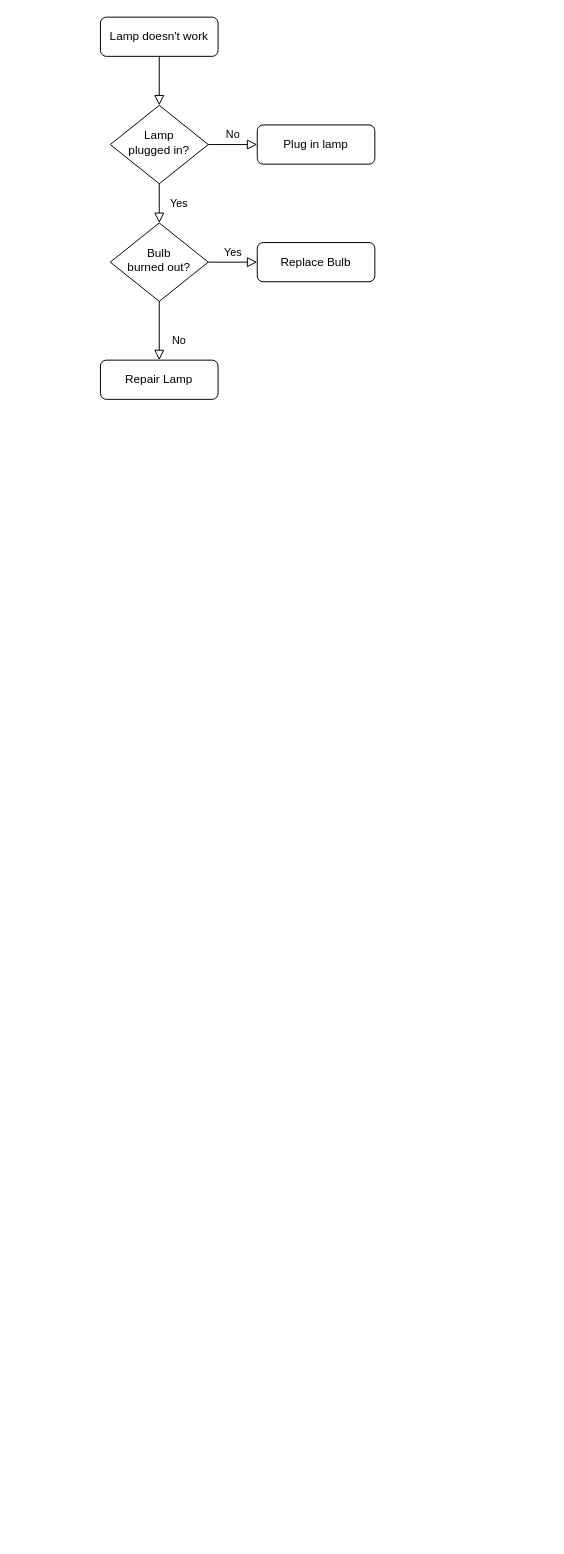
Earlier version of the draw.io diagram flow_mmu.drawio (happy-lx/drawio). Source tidied: cells renumbered, new cells numbered last; positions are measured from the earlier drawing's top-left corner, leaving out a move shared by most shapes. Both pictures are drawn from the tidied source at 98%, with x=0, y=0 at pixel (100, 17).
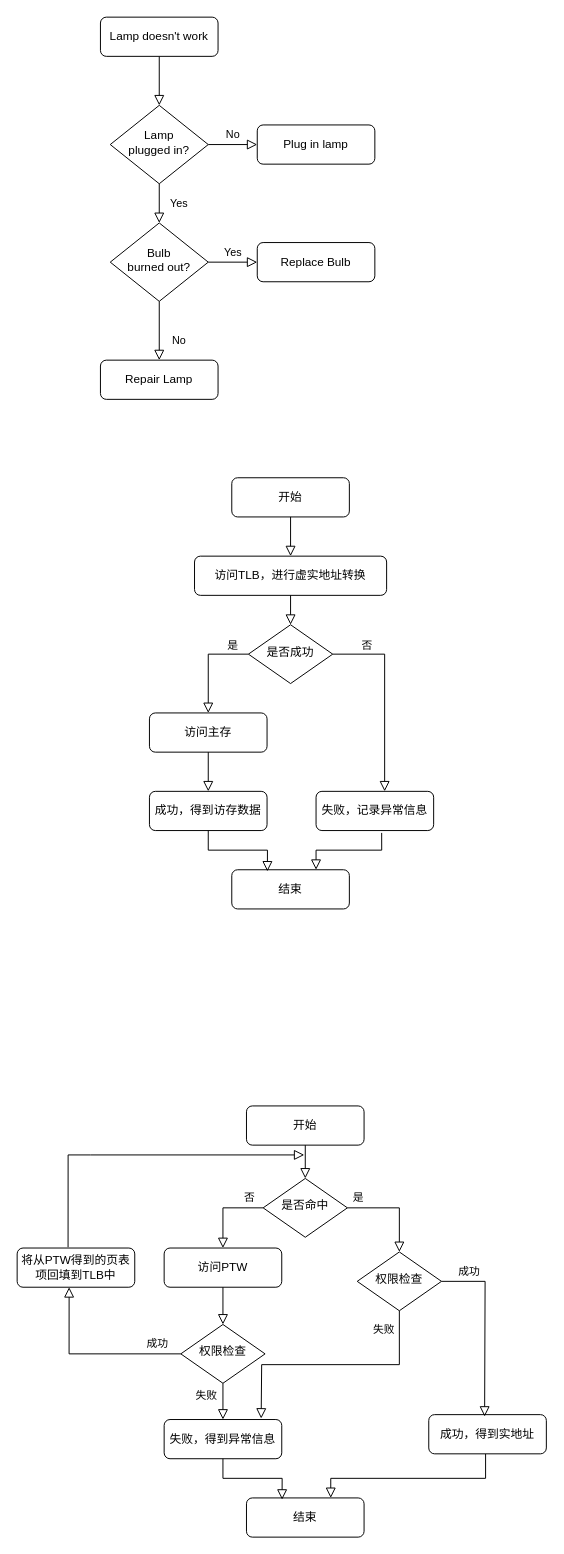
The same diagram, later.

Diff of the diagram source:
```diff
@@
+    <mxCell id="13" value="开始" style="rounded=1;whiteSpace=wrap;html=1;fontSize=12;glass=0;strokeWidth=1;shadow=0;" parent="1" vertex="1">
+      <mxGeometry x="134" y="470" width="120" height="40" as="geometry" />
+    </mxCell>
+    <mxCell id="14" style="rounded=0;html=1;jettySize=auto;fontSize=11;endArrow=block;endFill=0;endSize=8;strokeWidth=1;shadow=0;labelBackgroundColor=none;edgeStyle=orthogonalEdgeStyle;exitX=0.5;exitY=1;exitDx=0;exitDy=0;entryX=0.5;entryY=0;entryDx=0;entryDy=0;" parent="1" edge="1" source="13" target="15">
+      <mxGeometry relative="1" as="geometry" />
+    </mxCell>
+    <mxCell id="15" value="访问TLB，进行虚实地址转换" style="rounded=1;whiteSpace=wrap;html=1;fontSize=12;glass=0;strokeWidth=1;shadow=0;" parent="1" vertex="1">
+      <mxGeometry x="96" y="550" width="196" height="40" as="geometry" />
+    </mxCell>
+    <mxCell id="16" style="rounded=0;html=1;jettySize=auto;fontSize=11;endArrow=block;endFill=0;endSize=8;strokeWidth=1;shadow=0;labelBackgroundColor=none;edgeStyle=orthogonalEdgeStyle;exitX=0.5;exitY=1;exitDx=0;exitDy=0;entryX=0.5;entryY=0;entryDx=0;entryDy=0;" parent="1" edge="1" source="15" target="17">
+      <mxGeometry relative="1" as="geometry" />
+    </mxCell>
+    <mxCell id="17" value="是否成功" style="rhombus;whiteSpace=wrap;html=1;shadow=0;fontFamily=Helvetica;fontSize=12;align=center;strokeWidth=1;spacing=6;spacingTop=-4;" parent="1" vertex="1">
+      <mxGeometry x="151" y="620" width="86" height="60" as="geometry" />
+    </mxCell>
+    <mxCell id="18" style="rounded=0;html=1;jettySize=auto;fontSize=11;endArrow=block;endFill=0;endSize=8;strokeWidth=1;shadow=0;labelBackgroundColor=none;edgeStyle=orthogonalEdgeStyle;exitX=0;exitY=0.5;exitDx=0;exitDy=0;" parent="1" edge="1" source="17">
+      <mxGeometry relative="1" as="geometry">
+        <mxPoint x="110" y="710" as="targetPoint" />
+        <Array as="points">
+          <mxPoint x="110" y="650" />
+        </Array>
+      </mxGeometry>
+    </mxCell>
+    <mxCell id="19" value="是" style="edgeLabel;html=1;align=center;verticalAlign=middle;" parent="18" vertex="1">
+      <mxGeometry x="-0.36" relative="1" as="geometry">
+        <mxPoint x="15" y="-10" as="offset" />
+      </mxGeometry>
+    </mxCell>
+    <mxCell id="20" style="rounded=0;html=1;jettySize=auto;fontSize=11;endArrow=block;endFill=0;endSize=8;strokeWidth=1;shadow=0;labelBackgroundColor=none;edgeStyle=orthogonalEdgeStyle;exitX=1;exitY=0.5;exitDx=0;exitDy=0;" parent="1" edge="1" source="17" target="25">
+      <mxGeometry relative="1" as="geometry">
+        <Array as="points">
+          <mxPoint x="290" y="650" />
+        </Array>
+      </mxGeometry>
+    </mxCell>
+    <mxCell id="21" value="否" style="edgeLabel;html=1;align=center;verticalAlign=middle;" parent="20" vertex="1">
+      <mxGeometry x="-0.73" y="2" relative="1" as="geometry">
+        <mxPoint x="8" y="-8" as="offset" />
+      </mxGeometry>
+    </mxCell>
+    <mxCell id="22" value="访问主存" style="rounded=1;whiteSpace=wrap;html=1;fontSize=12;glass=0;strokeWidth=1;shadow=0;" parent="1" vertex="1">
+      <mxGeometry x="50" y="710" width="120" height="40" as="geometry" />
+    </mxCell>
+    <mxCell id="23" value="成功，得到访存数据" style="rounded=1;whiteSpace=wrap;html=1;fontSize=12;glass=0;strokeWidth=1;shadow=0;" parent="1" vertex="1">
+      <mxGeometry x="50" y="790" width="120" height="40" as="geometry" />
+    </mxCell>
+    <mxCell id="24" style="rounded=0;html=1;jettySize=auto;fontSize=11;endArrow=block;endFill=0;endSize=8;strokeWidth=1;shadow=0;labelBackgroundColor=none;edgeStyle=orthogonalEdgeStyle;exitX=0.5;exitY=1;exitDx=0;exitDy=0;entryX=0.5;entryY=0;entryDx=0;entryDy=0;" parent="1" edge="1" source="22" target="23">
+      <mxGeometry relative="1" as="geometry" />
+    </mxCell>
+    <mxCell id="25" value="失败，记录异常信息" style="rounded=1;whiteSpace=wrap;html=1;fontSize=12;glass=0;strokeWidth=1;shadow=0;" parent="1" vertex="1">
+      <mxGeometry x="220" y="790" width="120" height="40" as="geometry" />
+    </mxCell>
+    <mxCell id="26" value="结束" style="rounded=1;whiteSpace=wrap;html=1;fontSize=12;glass=0;strokeWidth=1;shadow=0;" parent="1" vertex="1">
+      <mxGeometry x="134" y="870" width="120" height="40" as="geometry" />
+    </mxCell>
+    <mxCell id="27" style="rounded=0;html=1;jettySize=auto;fontSize=11;endArrow=block;endFill=0;endSize=8;strokeWidth=1;shadow=0;labelBackgroundColor=none;edgeStyle=orthogonalEdgeStyle;exitX=0.5;exitY=1;exitDx=0;exitDy=0;entryX=0.303;entryY=0.043;entryDx=0;entryDy=0;entryPerimeter=0;" parent="1" edge="1" source="23" target="26">
+      <mxGeometry relative="1" as="geometry" />
+    </mxCell>
+    <mxCell id="28" style="rounded=0;html=1;jettySize=auto;fontSize=11;endArrow=block;endFill=0;endSize=8;strokeWidth=1;shadow=0;labelBackgroundColor=none;edgeStyle=orthogonalEdgeStyle;exitX=0.558;exitY=1.06;exitDx=0;exitDy=0;exitPerimeter=0;" parent="1" edge="1" source="25">
+      <mxGeometry relative="1" as="geometry">
+        <mxPoint x="220" y="870" as="targetPoint" />
+        <Array as="points">
+          <mxPoint x="287" y="850" />
+          <mxPoint x="220" y="850" />
+          <mxPoint x="220" y="870" />
+        </Array>
+      </mxGeometry>
+    </mxCell>
+    <mxCell id="29" value="开始" style="rounded=1;whiteSpace=wrap;html=1;fontSize=12;glass=0;strokeWidth=1;shadow=0;" parent="1" vertex="1">
+      <mxGeometry x="149" y="1111" width="120" height="40" as="geometry" />
+    </mxCell>
+    <mxCell id="30" style="rounded=0;html=1;jettySize=auto;fontSize=11;endArrow=block;endFill=0;endSize=8;strokeWidth=1;shadow=0;labelBackgroundColor=none;edgeStyle=orthogonalEdgeStyle;exitX=0.5;exitY=1;exitDx=0;exitDy=0;entryX=0.5;entryY=0;entryDx=0;entryDy=0;" parent="1" edge="1" source="29" target="31">
+      <mxGeometry relative="1" as="geometry" />
+    </mxCell>
+    <mxCell id="31" value="是否命中" style="rhombus;whiteSpace=wrap;html=1;shadow=0;fontFamily=Helvetica;fontSize=12;align=center;strokeWidth=1;spacing=6;spacingTop=-4;" parent="1" vertex="1">
+      <mxGeometry x="166" y="1185" width="86" height="60" as="geometry" />
+    </mxCell>
+    <mxCell id="32" style="rounded=0;html=1;jettySize=auto;fontSize=11;endArrow=block;endFill=0;endSize=8;strokeWidth=1;shadow=0;labelBackgroundColor=none;edgeStyle=orthogonalEdgeStyle;exitX=0;exitY=0.5;exitDx=0;exitDy=0;entryX=0.5;entryY=0;entryDx=0;entryDy=0;" parent="1" edge="1" source="31" target="36">
+      <mxGeometry relative="1" as="geometry">
+        <Array as="points">
+          <mxPoint x="125" y="1215" />
+        </Array>
+      </mxGeometry>
+    </mxCell>
+    <mxCell id="33" value="否" style="edgeLabel;html=1;align=center;verticalAlign=middle;" parent="32" vertex="1">
+      <mxGeometry x="-0.36" relative="1" as="geometry">
+        <mxPoint x="11" y="-12" as="offset" />
+      </mxGeometry>
+    </mxCell>
+    <mxCell id="34" style="rounded=0;html=1;jettySize=auto;fontSize=11;endArrow=block;endFill=0;endSize=8;strokeWidth=1;shadow=0;labelBackgroundColor=none;edgeStyle=orthogonalEdgeStyle;exitX=1;exitY=0.5;exitDx=0;exitDy=0;entryX=0.5;entryY=0;entryDx=0;entryDy=0;" parent="1" edge="1" source="31" target="42">
+      <mxGeometry relative="1" as="geometry">
+        <Array as="points">
+          <mxPoint x="305" y="1215" />
+        </Array>
+      </mxGeometry>
+    </mxCell>
+    <mxCell id="35" value="是" style="edgeLabel;html=1;align=center;verticalAlign=middle;" parent="34" vertex="1">
+      <mxGeometry x="-0.73" y="2" relative="1" as="geometry">
+        <mxPoint x="-3" y="-9" as="offset" />
+      </mxGeometry>
+    </mxCell>
+    <mxCell id="36" value="访问PTW" style="rounded=1;whiteSpace=wrap;html=1;fontSize=12;glass=0;strokeWidth=1;shadow=0;" parent="1" vertex="1">
+      <mxGeometry x="65" y="1256" width="120" height="40" as="geometry" />
+    </mxCell>
+    <mxCell id="37" value="失败，得到异常信息" style="rounded=1;whiteSpace=wrap;html=1;fontSize=12;glass=0;strokeWidth=1;shadow=0;" parent="1" vertex="1">
+      <mxGeometry x="65" y="1431" width="120" height="40" as="geometry" />
+    </mxCell>
+    <mxCell id="38" style="rounded=0;html=1;jettySize=auto;fontSize=11;endArrow=block;endFill=0;endSize=8;strokeWidth=1;shadow=0;labelBackgroundColor=none;edgeStyle=orthogonalEdgeStyle;exitX=0.5;exitY=1;exitDx=0;exitDy=0;" parent="1" edge="1" source="36">
+      <mxGeometry relative="1" as="geometry">
+        <mxPoint x="125" y="1334" as="targetPoint" />
+      </mxGeometry>
+    </mxCell>
+    <mxCell id="39" value="结束" style="rounded=1;whiteSpace=wrap;html=1;fontSize=12;glass=0;strokeWidth=1;shadow=0;" parent="1" vertex="1">
+      <mxGeometry x="149" y="1511" width="120" height="40" as="geometry" />
+    </mxCell>
+    <mxCell id="40" style="rounded=0;html=1;jettySize=auto;fontSize=11;endArrow=block;endFill=0;endSize=8;strokeWidth=1;shadow=0;labelBackgroundColor=none;edgeStyle=orthogonalEdgeStyle;exitX=0.5;exitY=1;exitDx=0;exitDy=0;entryX=0.303;entryY=0.043;entryDx=0;entryDy=0;entryPerimeter=0;" parent="1" edge="1" source="37" target="39">
+      <mxGeometry relative="1" as="geometry" />
+    </mxCell>
+    <mxCell id="41" style="rounded=0;html=1;jettySize=auto;fontSize=11;endArrow=block;endFill=0;endSize=8;strokeWidth=1;shadow=0;labelBackgroundColor=none;edgeStyle=orthogonalEdgeStyle;" parent="1" edge="1" source="50">
+      <mxGeometry relative="1" as="geometry">
+        <mxPoint x="235" y="1511" as="targetPoint" />
+        <Array as="points">
+          <mxPoint x="393" y="1491" />
+          <mxPoint x="235" y="1491" />
+        </Array>
+      </mxGeometry>
+    </mxCell>
+    <mxCell id="42" value="权限检查" style="rhombus;whiteSpace=wrap;html=1;shadow=0;fontFamily=Helvetica;fontSize=12;align=center;strokeWidth=1;spacing=6;spacingTop=-4;" parent="1" vertex="1">
+      <mxGeometry x="262" y="1260" width="86" height="60" as="geometry" />
+    </mxCell>
+    <mxCell id="43" value="权限检查" style="rhombus;whiteSpace=wrap;html=1;shadow=0;fontFamily=Helvetica;fontSize=12;align=center;strokeWidth=1;spacing=6;spacingTop=-4;" parent="1" vertex="1">
+      <mxGeometry x="82" y="1334" width="86" height="60" as="geometry" />
+    </mxCell>
+    <mxCell id="44" style="rounded=0;html=1;jettySize=auto;fontSize=11;endArrow=block;endFill=0;endSize=8;strokeWidth=1;shadow=0;labelBackgroundColor=none;edgeStyle=orthogonalEdgeStyle;exitX=0.5;exitY=1;exitDx=0;exitDy=0;entryX=0.5;entryY=0;entryDx=0;entryDy=0;" parent="1" edge="1" source="43" target="37">
+      <mxGeometry relative="1" as="geometry" />
+    </mxCell>
+    <mxCell id="45" value="失败" style="edgeLabel;html=1;align=center;verticalAlign=middle;" parent="1" vertex="1">
+      <mxGeometry x="139" y="1211" as="geometry">
+        <mxPoint x="-32" y="195" as="offset" />
+      </mxGeometry>
+    </mxCell>
+    <mxCell id="46" style="rounded=0;html=1;jettySize=auto;fontSize=11;endArrow=block;endFill=0;endSize=8;strokeWidth=1;shadow=0;labelBackgroundColor=none;edgeStyle=orthogonalEdgeStyle;exitX=0;exitY=0.5;exitDx=0;exitDy=0;entryX=0.442;entryY=1;entryDx=0;entryDy=0;entryPerimeter=0;" parent="1" edge="1" source="43" target="53">
+      <mxGeometry relative="1" as="geometry">
+        <Array as="points">
+          <mxPoint x="-32" y="1364" />
+        </Array>
+      </mxGeometry>
+    </mxCell>
+    <mxCell id="47" value="成功" style="edgeLabel;html=1;align=center;verticalAlign=middle;" parent="46" vertex="1">
+      <mxGeometry x="-0.17" relative="1" as="geometry">
+        <mxPoint x="51" y="-12" as="offset" />
+      </mxGeometry>
+    </mxCell>
+    <mxCell id="48" style="rounded=0;html=1;jettySize=auto;fontSize=11;endArrow=block;endFill=0;endSize=8;strokeWidth=1;shadow=0;labelBackgroundColor=none;edgeStyle=orthogonalEdgeStyle;exitX=0.5;exitY=1;exitDx=0;exitDy=0;" parent="1" edge="1" source="42">
+      <mxGeometry relative="1" as="geometry">
+        <mxPoint x="164" y="1430" as="targetPoint" />
+      </mxGeometry>
+    </mxCell>
+    <mxCell id="49" value="失败" style="edgeLabel;html=1;align=center;verticalAlign=middle;" parent="48" vertex="1">
+      <mxGeometry x="-0.84" y="1" relative="1" as="geometry">
+        <mxPoint x="-18" y="-2" as="offset" />
+      </mxGeometry>
+    </mxCell>
+    <mxCell id="50" value="成功，得到实地址" style="rounded=1;whiteSpace=wrap;html=1;fontSize=12;glass=0;strokeWidth=1;shadow=0;" parent="1" vertex="1">
+      <mxGeometry x="335" y="1426" width="120" height="40" as="geometry" />
+    </mxCell>
+    <mxCell id="51" style="rounded=0;html=1;jettySize=auto;fontSize=11;endArrow=block;endFill=0;endSize=8;strokeWidth=1;shadow=0;labelBackgroundColor=none;edgeStyle=orthogonalEdgeStyle;exitX=1;exitY=0.5;exitDx=0;exitDy=0;" parent="1" edge="1" source="42">
+      <mxGeometry relative="1" as="geometry">
+        <mxPoint x="392" y="1428" as="targetPoint" />
+      </mxGeometry>
+    </mxCell>
+    <mxCell id="52" value="成功" style="edgeLabel;html=1;align=center;verticalAlign=middle;" parent="51" vertex="1">
+      <mxGeometry x="-0.61" y="-1" relative="1" as="geometry">
+        <mxPoint x="-9" y="-12" as="offset" />
+      </mxGeometry>
+    </mxCell>
+    <mxCell id="53" value="将从PTW得到的页表项回填到TLB中" style="rounded=1;whiteSpace=wrap;html=1;fontSize=12;glass=0;strokeWidth=1;shadow=0;" parent="1" vertex="1">
+      <mxGeometry x="-85" y="1256" width="120" height="40" as="geometry" />
+    </mxCell>
+    <mxCell id="54" style="rounded=0;html=1;jettySize=auto;fontSize=11;endArrow=block;endFill=0;endSize=8;strokeWidth=1;shadow=0;labelBackgroundColor=none;edgeStyle=orthogonalEdgeStyle;exitX=0.433;exitY=-0.021;exitDx=0;exitDy=0;exitPerimeter=0;" parent="1" edge="1" source="53">
+      <mxGeometry relative="1" as="geometry">
+        <mxPoint x="208" y="1161" as="targetPoint" />
+        <Array as="points">
+          <mxPoint x="-33" y="1161" />
+          <mxPoint x="-10" y="1161" />
+        </Array>
+      </mxGeometry>
+    </mxCell>
```
